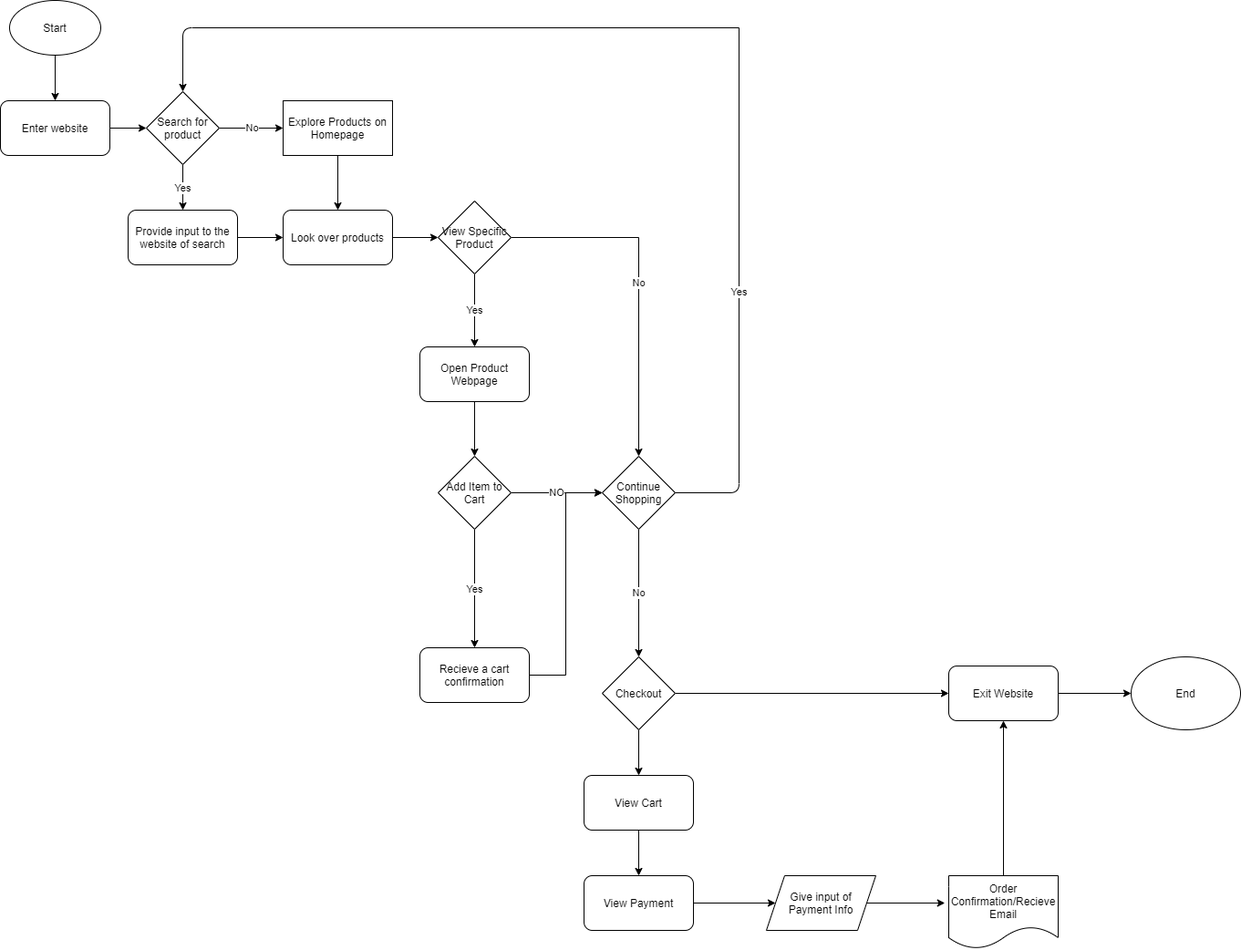
Earlier version of the draw.io export Part2/part2.drawio.png (eflores21/wi21-cse110-lab4). Source tidied: cells renumbered, new cells last; positions are measured from the earlier drawing's top-left corner, leaving out a move shared by most shapes. Source of this version:
```xml
<mxGraphModel>
  <root>
    <mxCell id="0" />
    <mxCell id="1" parent="0" />
    <mxCell id="2" style="edgeStyle=orthogonalEdgeStyle;rounded=0;jettySize=auto;html=1;" parent="1" edge="1" source="3" target="5">
      <mxGeometry relative="1" as="geometry" />
    </mxCell>
    <mxCell id="3" value="Start" style="ellipse;whiteSpace=wrap;html=1;" parent="1" vertex="1">
      <mxGeometry x="10" width="100" height="60" as="geometry" />
    </mxCell>
    <mxCell id="4" style="edgeStyle=orthogonalEdgeStyle;rounded=0;jettySize=auto;html=1;" parent="1" edge="1" source="5" target="8">
      <mxGeometry relative="1" as="geometry" />
    </mxCell>
    <mxCell id="5" value="Enter website" style="rounded=1;whiteSpace=wrap;html=1;" parent="1" vertex="1">
      <mxGeometry y="110" width="120" height="60" as="geometry" />
    </mxCell>
    <mxCell id="6" value="No" style="edgeStyle=orthogonalEdgeStyle;rounded=0;jettySize=auto;html=1;" parent="1" edge="1" source="8" target="14">
      <mxGeometry relative="1" as="geometry" />
    </mxCell>
    <mxCell id="7" value="Yes" style="edgeStyle=orthogonalEdgeStyle;rounded=0;jettySize=auto;html=1;" parent="1" edge="1" source="8" target="12">
      <mxGeometry relative="1" as="geometry" />
    </mxCell>
    <mxCell id="8" value="Search for product" style="rhombus;whiteSpace=wrap;html=1;" parent="1" vertex="1">
      <mxGeometry x="160" y="100" width="80" height="80" as="geometry" />
    </mxCell>
    <mxCell id="9" style="edgeStyle=orthogonalEdgeStyle;rounded=0;jettySize=auto;html=1;" parent="1" edge="1" source="10" target="17">
      <mxGeometry relative="1" as="geometry" />
    </mxCell>
    <mxCell id="10" value="Look over products" style="rounded=1;whiteSpace=wrap;html=1;" parent="1" vertex="1">
      <mxGeometry x="310" y="230" width="120" height="60" as="geometry" />
    </mxCell>
    <mxCell id="11" style="edgeStyle=orthogonalEdgeStyle;rounded=0;jettySize=auto;html=1;" parent="1" edge="1" source="12" target="10">
      <mxGeometry relative="1" as="geometry" />
    </mxCell>
    <mxCell id="12" value="Provide input to the website of search" style="rounded=1;whiteSpace=wrap;html=1;" parent="1" vertex="1">
      <mxGeometry x="140" y="230" width="120" height="60" as="geometry" />
    </mxCell>
    <mxCell id="13" style="edgeStyle=orthogonalEdgeStyle;rounded=0;jettySize=auto;html=1;" parent="1" edge="1" source="14" target="10">
      <mxGeometry relative="1" as="geometry" />
    </mxCell>
    <mxCell id="14" value="Explore Products on Homepage" style="rounded=0;whiteSpace=wrap;html=1;" parent="1" vertex="1">
      <mxGeometry x="310" y="110" width="120" height="60" as="geometry" />
    </mxCell>
    <mxCell id="15" value="No" style="edgeStyle=orthogonalEdgeStyle;rounded=0;jettySize=auto;html=1;" parent="1" edge="1" source="17" target="19">
      <mxGeometry relative="1" as="geometry" />
    </mxCell>
    <mxCell id="16" value="Yes" style="edgeStyle=orthogonalEdgeStyle;rounded=0;jettySize=auto;html=1;entryX=0.5;entryY=0;entryDx=0;entryDy=0;" parent="1" edge="1" source="17" target="32">
      <mxGeometry relative="1" as="geometry" />
    </mxCell>
    <mxCell id="17" value="View Specific Product" style="rhombus;whiteSpace=wrap;html=1;" parent="1" vertex="1">
      <mxGeometry x="480" y="220" width="80" height="80" as="geometry" />
    </mxCell>
    <mxCell id="18" value="No" style="edgeStyle=orthogonalEdgeStyle;rounded=0;jettySize=auto;html=1;exitX=0.5;exitY=1;exitDx=0;exitDy=0;" parent="1" edge="1" source="19" target="27">
      <mxGeometry relative="1" as="geometry" />
    </mxCell>
    <mxCell id="19" value="Continue Shopping" style="rhombus;whiteSpace=wrap;html=1;" parent="1" vertex="1">
      <mxGeometry x="660" y="500" width="80" height="80" as="geometry" />
    </mxCell>
    <mxCell id="20" value="Yes" style="edgeStyle=orthogonalEdgeStyle;rounded=0;jettySize=auto;html=1;exitX=0.5;exitY=1;exitDx=0;exitDy=0;entryX=0.5;entryY=0;entryDx=0;entryDy=0;" parent="1" edge="1" source="22" target="38">
      <mxGeometry relative="1" as="geometry" />
    </mxCell>
    <mxCell id="21" value="NO" style="edgeStyle=orthogonalEdgeStyle;rounded=0;jettySize=auto;html=1;entryX=0;entryY=0.5;entryDx=0;entryDy=0;" parent="1" edge="1" source="22" target="19">
      <mxGeometry relative="1" as="geometry" />
    </mxCell>
    <mxCell id="22" value="Add Item to Cart" style="rhombus;whiteSpace=wrap;html=1;" parent="1" vertex="1">
      <mxGeometry x="480" y="500" width="80" height="80" as="geometry" />
    </mxCell>
    <mxCell id="23" value="Yes" style="endArrow=none;html=1;exitX=1;exitY=0.5;exitDx=0;exitDy=0;" parent="1" edge="1" source="19">
      <mxGeometry relative="1" as="geometry">
        <mxPoint x="810" y="30" as="targetPoint" />
        <Array as="points">
          <mxPoint x="810" y="540" />
        </Array>
      </mxGeometry>
    </mxCell>
    <mxCell id="24" style="endArrow=classic;html=1;entryX=0.5;entryY=0;entryDx=0;entryDy=0;" parent="1" edge="1" target="8">
      <mxGeometry relative="1" as="geometry">
        <mxPoint x="810" y="30" as="sourcePoint" />
        <Array as="points">
          <mxPoint x="200" y="30" />
        </Array>
      </mxGeometry>
    </mxCell>
    <mxCell id="25" style="edgeStyle=orthogonalEdgeStyle;rounded=0;jettySize=auto;html=1;entryX=0;entryY=0.5;entryDx=0;entryDy=0;" parent="1" edge="1" source="27" target="30">
      <mxGeometry relative="1" as="geometry" />
    </mxCell>
    <mxCell id="26" style="edgeStyle=orthogonalEdgeStyle;rounded=0;jettySize=auto;html=1;" parent="1" edge="1" source="27" target="34">
      <mxGeometry relative="1" as="geometry" />
    </mxCell>
    <mxCell id="27" value="Checkout" style="rhombus;whiteSpace=wrap;html=1;" parent="1" vertex="1">
      <mxGeometry x="660" y="720" width="80" height="80" as="geometry" />
    </mxCell>
    <mxCell id="28" value="End" style="ellipse;whiteSpace=wrap;html=1;" parent="1" vertex="1">
      <mxGeometry x="1240" y="720" width="120" height="80" as="geometry" />
    </mxCell>
    <mxCell id="29" style="edgeStyle=orthogonalEdgeStyle;rounded=0;jettySize=auto;html=1;entryX=0;entryY=0.5;entryDx=0;entryDy=0;" parent="1" edge="1" source="30" target="28">
      <mxGeometry relative="1" as="geometry" />
    </mxCell>
    <mxCell id="30" value="Exit Website" style="rounded=1;whiteSpace=wrap;html=1;" parent="1" vertex="1">
      <mxGeometry x="1040" y="730" width="120" height="60" as="geometry" />
    </mxCell>
    <mxCell id="31" style="edgeStyle=orthogonalEdgeStyle;rounded=0;jettySize=auto;html=1;entryX=0.5;entryY=0;entryDx=0;entryDy=0;" parent="1" edge="1" source="32" target="22">
      <mxGeometry relative="1" as="geometry" />
    </mxCell>
    <mxCell id="32" value="Open Product Webpage" style="rounded=1;whiteSpace=wrap;html=1;" parent="1" vertex="1">
      <mxGeometry x="460" y="380" width="120" height="60" as="geometry" />
    </mxCell>
    <mxCell id="33" style="edgeStyle=orthogonalEdgeStyle;rounded=0;jettySize=auto;html=1;" parent="1" edge="1" source="34" target="36">
      <mxGeometry relative="1" as="geometry" />
    </mxCell>
    <mxCell id="34" value="View Cart" style="rounded=1;whiteSpace=wrap;html=1;" parent="1" vertex="1">
      <mxGeometry x="640" y="850" width="120" height="60" as="geometry" />
    </mxCell>
    <mxCell id="35" style="edgeStyle=orthogonalEdgeStyle;rounded=0;jettySize=auto;html=1;" parent="1" edge="1" source="36" target="40">
      <mxGeometry relative="1" as="geometry" />
    </mxCell>
    <mxCell id="36" value="View Payment" style="rounded=1;whiteSpace=wrap;html=1;" parent="1" vertex="1">
      <mxGeometry x="640" y="960" width="120" height="60" as="geometry" />
    </mxCell>
    <mxCell id="37" style="edgeStyle=orthogonalEdgeStyle;rounded=0;jettySize=auto;html=1;entryX=0;entryY=0.5;entryDx=0;entryDy=0;" parent="1" edge="1" source="38" target="19">
      <mxGeometry relative="1" as="geometry" />
    </mxCell>
    <mxCell id="38" value="Recieve a cart confirmation" style="rounded=1;whiteSpace=wrap;html=1;" parent="1" vertex="1">
      <mxGeometry x="460" y="710" width="120" height="60" as="geometry" />
    </mxCell>
    <mxCell id="39" style="edgeStyle=orthogonalEdgeStyle;rounded=0;jettySize=auto;html=1;entryX=-0.035;entryY=0.375;entryDx=0;entryDy=0;entryPerimeter=0;" parent="1" edge="1" source="40" target="42">
      <mxGeometry relative="1" as="geometry" />
    </mxCell>
    <mxCell id="40" value="Give input of Payment Info" style="shape=parallelogram;perimeter=parallelogramPerimeter;whiteSpace=wrap;html=1;fixedSize=1;" parent="1" vertex="1">
      <mxGeometry x="840" y="960" width="120" height="60" as="geometry" />
    </mxCell>
    <mxCell id="41" style="edgeStyle=orthogonalEdgeStyle;rounded=0;jettySize=auto;html=1;entryX=0.5;entryY=1;entryDx=0;entryDy=0;" parent="1" edge="1" source="42" target="30">
      <mxGeometry relative="1" as="geometry" />
    </mxCell>
    <mxCell id="42" value="Order Confirmation/Recieve Email" style="shape=document;whiteSpace=wrap;html=1;boundedLbl=1;" parent="1" vertex="1">
      <mxGeometry x="1040" y="960" width="120" height="80" as="geometry" />
    </mxCell>
  </root>
</mxGraphModel>
```
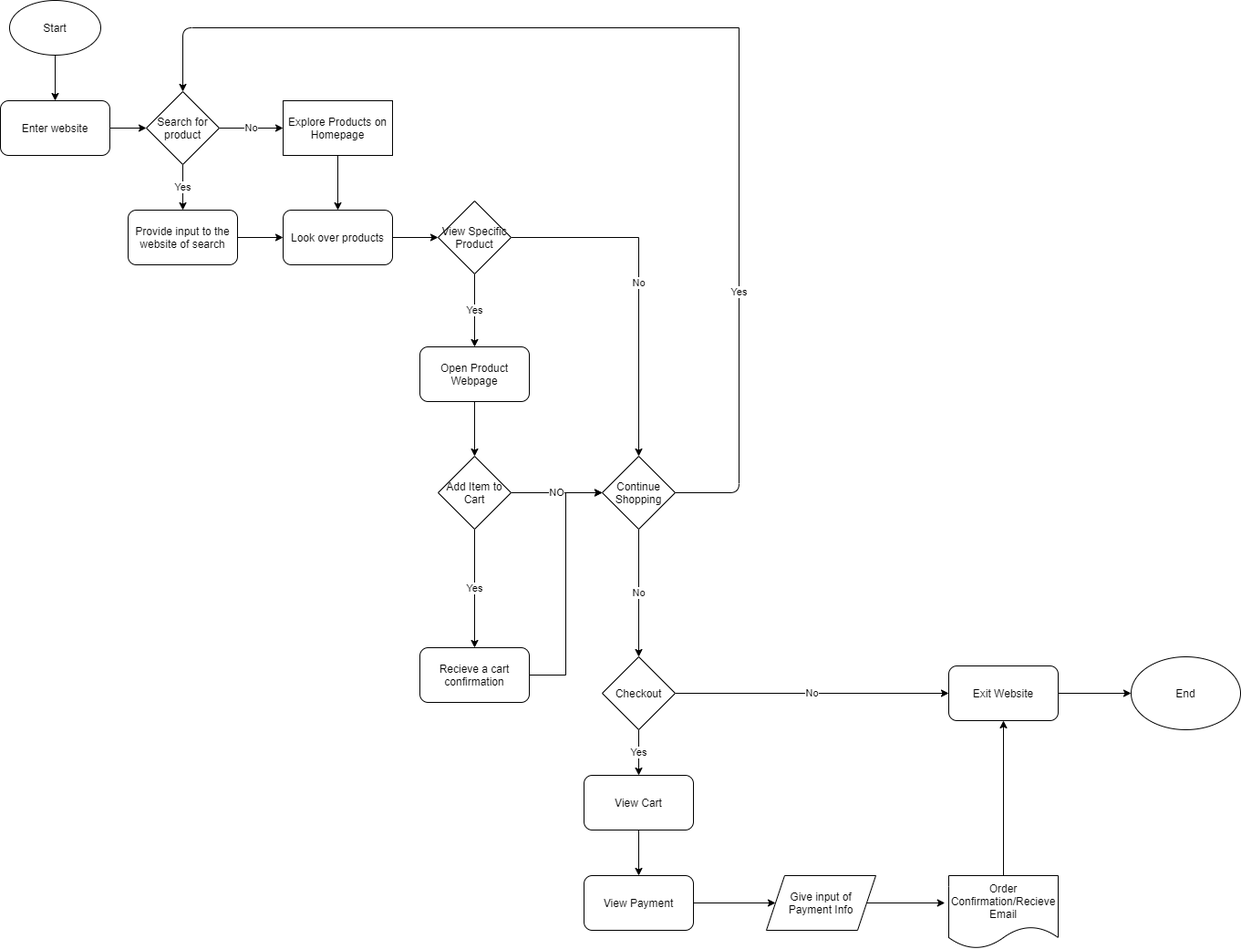
After the commit.

Diff of the diagram source:
```diff
@@ -81,10 +81,10 @@
         </Array>
       </mxGeometry>
     </mxCell>
-    <mxCell id="25" style="edgeStyle=orthogonalEdgeStyle;rounded=0;jettySize=auto;html=1;entryX=0;entryY=0.5;entryDx=0;entryDy=0;" parent="1" edge="1" source="27" target="30">
+    <mxCell id="25" value="No" style="edgeStyle=orthogonalEdgeStyle;rounded=0;jettySize=auto;html=1;entryX=0;entryY=0.5;entryDx=0;entryDy=0;" parent="1" edge="1" source="27" target="30">
       <mxGeometry relative="1" as="geometry" />
     </mxCell>
-    <mxCell id="26" style="edgeStyle=orthogonalEdgeStyle;rounded=0;jettySize=auto;html=1;" parent="1" edge="1" source="27" target="34">
+    <mxCell id="26" value="Yes" style="edgeStyle=orthogonalEdgeStyle;rounded=0;jettySize=auto;html=1;" parent="1" edge="1" source="27" target="34">
       <mxGeometry relative="1" as="geometry" />
     </mxCell>
     <mxCell id="27" value="Checkout" style="rhombus;whiteSpace=wrap;html=1;" parent="1" vertex="1">
```
